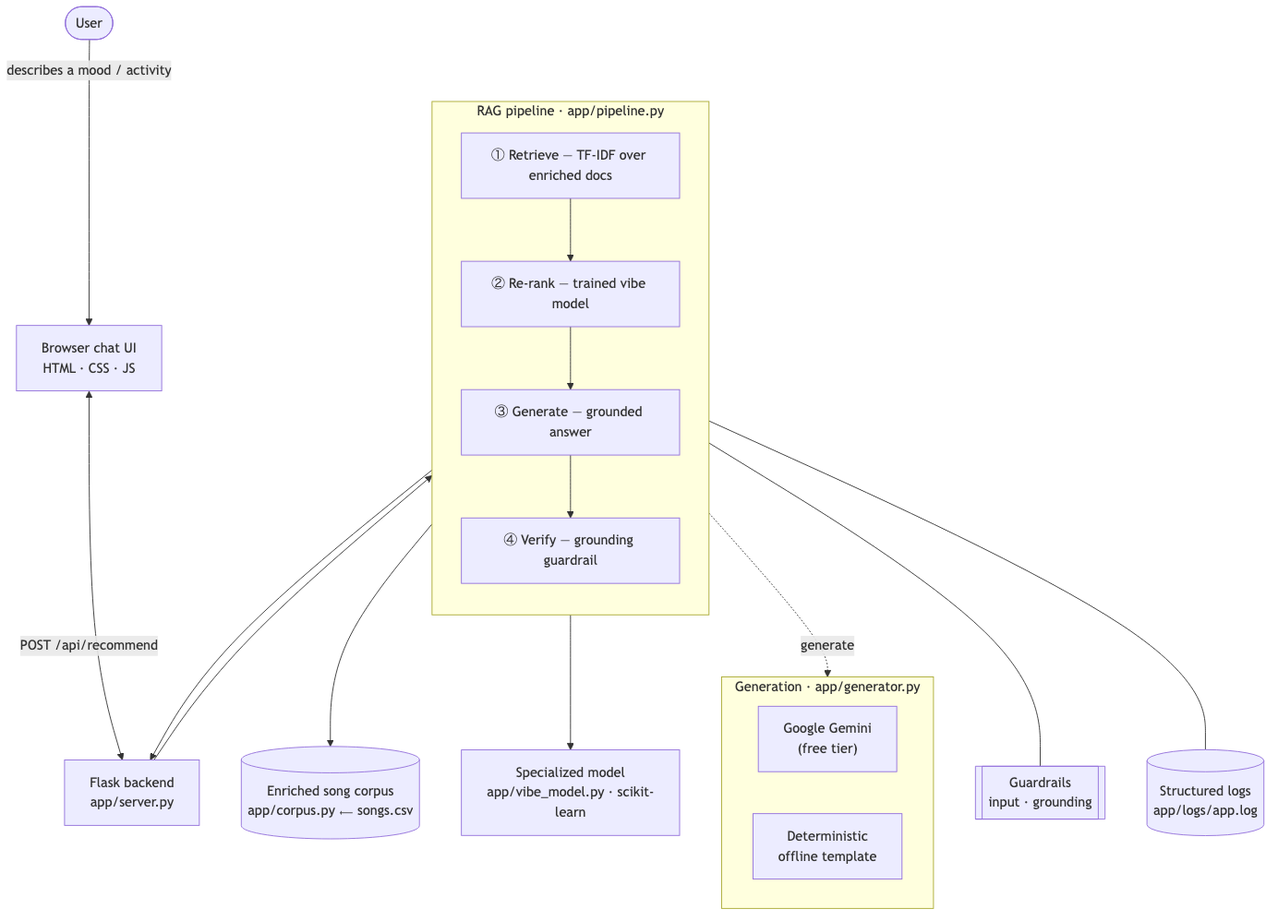
This is assets/architecture.png from thany-8/AI-Systems-Engineering-Project, a Mermaid export, as it was before one commit. Its source is kept beside it as diagrams/architecture.mmd.
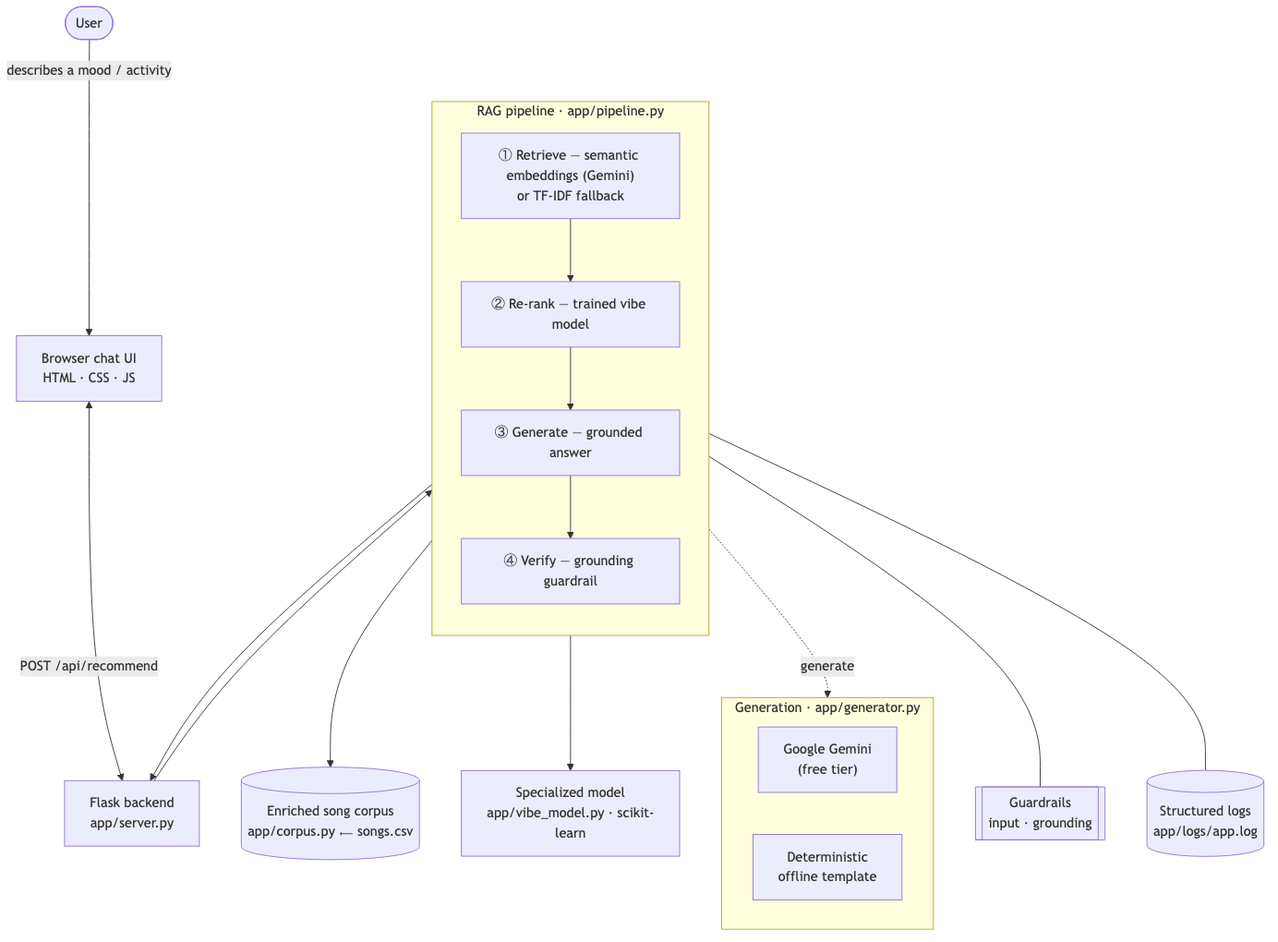
The same diagram one commit later.

Commit message:
Add embedding tests, docs, and diagram; add numpy dependency

The edit, as a diff of the source:
```diff
@@ -7,7 +7,7 @@
 
     subgraph Pipe["RAG pipeline · app/pipeline.py"]
         direction TB
-        R["① Retrieve — TF-IDF over enriched docs"]
+        R["① Retrieve — semantic embeddings (Gemini)<br/>or TF-IDF fallback"]
         K["② Re-rank — trained vibe model"]
         G["③ Generate — grounded answer"]
         V["④ Verify — grounding guardrail"]
```
